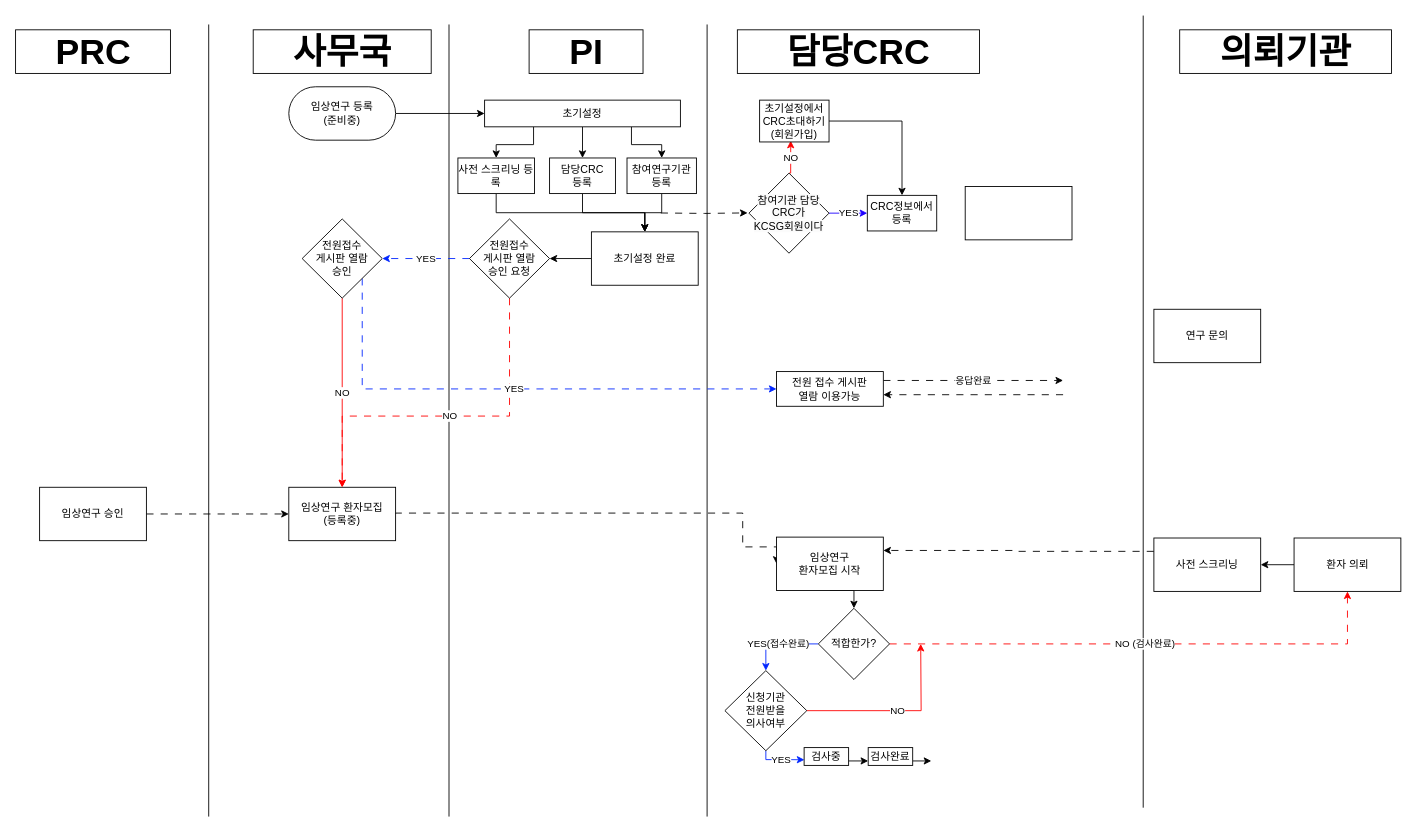
Earlier version of the draw.io diagram page "Process" (1 of 2) of Algo/withSystem.drawio (Mark1237200/Projects). Source tidied: cells renumbered, new cells numbered last; positions are measured from the earlier drawing's top-left corner, leaving out a move shared by most shapes. Both pictures are drawn from the tidied source at 89%, with x=0, y=0 at pixel (39, 15).
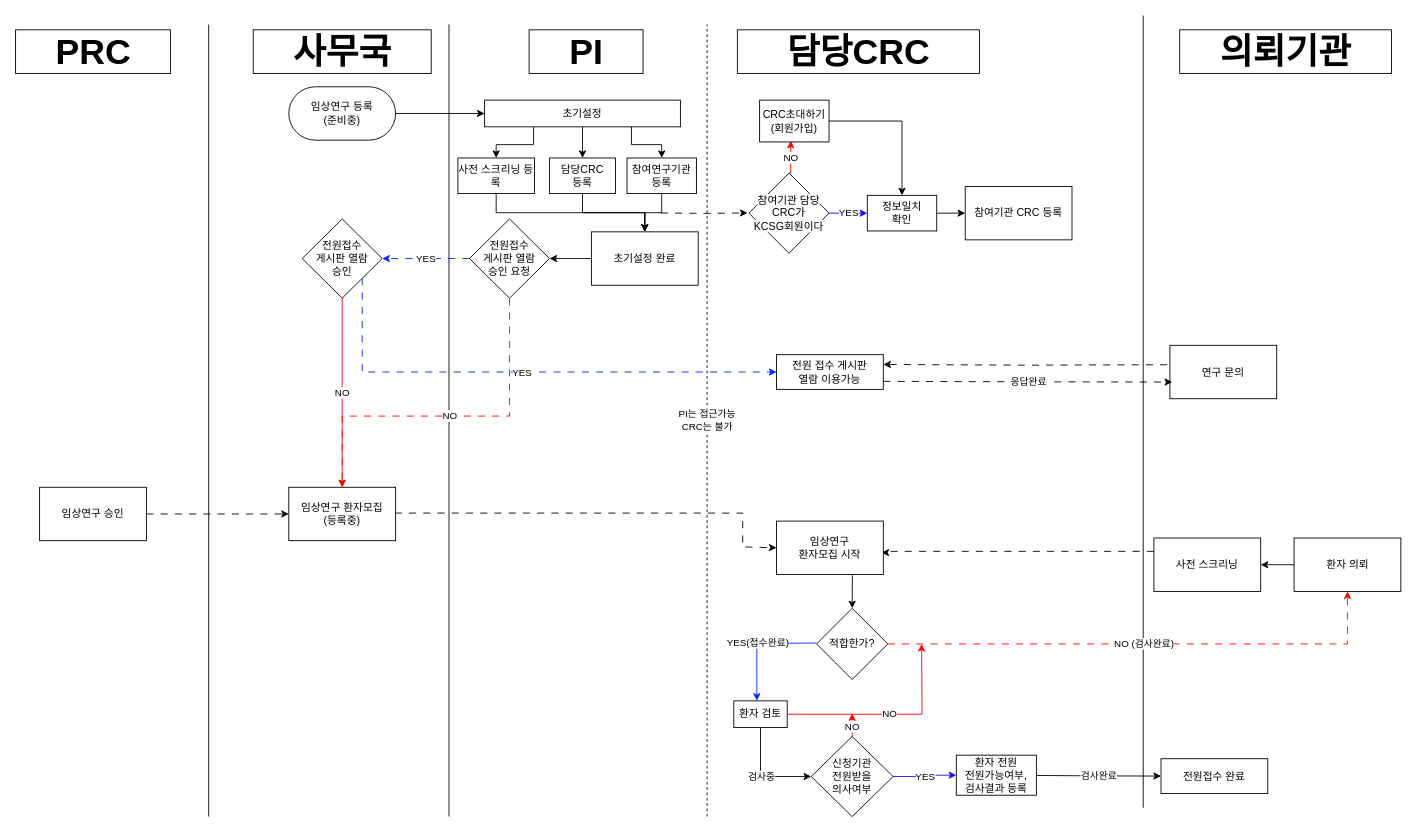
After the change.

The change refers to these unchanged cells:
```xml
<mxCell id="32" value="전원접수&lt;br&gt;게시판 열람&lt;br&gt;승인" style="rhombus;whiteSpace=wrap;html=1;" parent="1" vertex="1">
  <mxGeometry x="295" y="228.5" width="90" height="89" as="geometry" />
</mxCell>
<mxCell id="34" value="사전 스크리닝" style="rounded=0;whiteSpace=wrap;html=1;" parent="1" vertex="1">
  <mxGeometry x="1252" y="587" width="120" height="60" as="geometry" />
</mxCell>
```

Diff of the diagram source:
```diff
@@
-    <mxCell id="3" style="endArrow=none;html=1;rounded=0;" parent="1" edge="1">
+    <mxCell id="3" value="PI는 접근가능&lt;br&gt;CRC는 불가" style="endArrow=none;html=1;rounded=0;dashed=1;" parent="1" edge="1">
       <mxGeometry relative="1" as="geometry">
         <mxPoint x="750" y="900" as="sourcePoint" />
         <mxPoint x="750" y="10" as="targetPoint" />
       </mxGeometry>
     </mxCell>
@@
-    <mxCell id="25" style="edgeStyle=orthogonalEdgeStyle;rounded=0;orthogonalLoop=1;jettySize=auto;html=1;exitX=0;exitY=0.5;exitDx=0;exitDy=0;entryX=1;entryY=0.5;entryDx=0;entryDy=0;dashed=1;dashPattern=8 8;" parent="1" edge="1">
+    <mxCell id="25" style="edgeStyle=orthogonalEdgeStyle;rounded=0;orthogonalLoop=1;jettySize=auto;html=1;exitX=-0.025;exitY=0.647;exitDx=0;exitDy=0;entryX=1;entryY=0.5;entryDx=0;entryDy=0;dashed=1;dashPattern=8 8;exitPerimeter=0;" parent="1" edge="1">
       <mxGeometry relative="1" as="geometry">
-        <mxPoint x="1150" y="426" as="sourcePoint" />
-        <mxPoint x="948" y="426" as="targetPoint" />
+        <mxPoint x="1267" y="392.3" as="sourcePoint" />
+        <mxPoint x="948" y="392" as="targetPoint" />
       </mxGeometry>
     </mxCell>
     <mxCell id="26" value="연구 문의" style="rounded=0;whiteSpace=wrap;html=1;" parent="1" vertex="1">
-      <mxGeometry x="1252" y="330" width="120" height="60" as="geometry" />
+      <mxGeometry x="1270" y="370.5" width="120" height="60" as="geometry" />
     </mxCell>
@@
     <mxCell id="31" value="YES" style="edgeStyle=orthogonalEdgeStyle;rounded=0;jettySize=auto;html=1;exitX=1;exitY=1;exitDx=0;exitDy=0;dashed=1;dashPattern=8 8;entryX=0;entryY=0.5;entryDx=0;entryDy=0;fillColor=#0050ef;strokeColor=#0026ff;" parent="1" edge="1" source="32" target="36">
       <mxGeometry relative="1" as="geometry">
         <Array as="points">
-          <mxPoint x="363" y="420" />
+          <mxPoint x="363" y="400" />
+          <mxPoint x="828" y="400" />
         </Array>
       </mxGeometry>
     </mxCell>
@@
-    <mxCell id="33" style="edgeStyle=orthogonalEdgeStyle;rounded=0;jettySize=auto;html=1;exitX=0;exitY=0.25;exitDx=0;exitDy=0;entryX=1;entryY=0.25;entryDx=0;entryDy=0;dashed=1;dashPattern=8 8;" parent="1" edge="1" source="34" target="39">
-      <mxGeometry relative="1" as="geometry" />
+    <mxCell id="33" style="edgeStyle=orthogonalEdgeStyle;rounded=0;jettySize=auto;html=1;exitX=0;exitY=0.25;exitDx=0;exitDy=0;entryX=0.983;entryY=0.59;entryDx=0;entryDy=0;dashed=1;dashPattern=8 8;entryPerimeter=0;" parent="1" edge="1" source="34" target="39">
+      <mxGeometry relative="1" as="geometry">
+        <Array as="points">
+          <mxPoint x="948" y="602" />
+        </Array>
+      </mxGeometry>
     </mxCell>
@@
-    <mxCell id="35" value="응답완료" style="edgeStyle=orthogonalEdgeStyle;rounded=0;orthogonalLoop=1;jettySize=auto;html=1;exitX=1;exitY=0.75;exitDx=0;exitDy=0;entryX=0;entryY=0.75;entryDx=0;entryDy=0;dashed=1;dashPattern=8 8;" parent="1" edge="1">
+    <mxCell id="35" value="응답완료" style="edgeStyle=orthogonalEdgeStyle;rounded=0;orthogonalLoop=1;jettySize=auto;html=1;exitX=1;exitY=0.75;exitDx=0;exitDy=0;entryX=0.021;entryY=0.388;entryDx=0;entryDy=0;dashed=1;dashPattern=8 8;entryPerimeter=0;" parent="1" edge="1">
       <mxGeometry relative="1" as="geometry">
-        <mxPoint x="948" y="410" as="sourcePoint" />
-        <mxPoint x="1150" y="410" as="targetPoint" />
+        <mxPoint x="948" y="411" as="sourcePoint" />
+        <mxPoint x="1272.5" y="411.8" as="targetPoint" />
       </mxGeometry>
     </mxCell>
     <mxCell id="36" value="전원 접수 게시판&lt;br&gt;열람 이용가능" style="rounded=0;whiteSpace=wrap;html=1;" parent="1" vertex="1">
-      <mxGeometry x="828" y="400" width="120" height="39" as="geometry" />
+      <mxGeometry x="828" y="381" width="120" height="39" as="geometry" />
     </mxCell>
@@
-    <mxCell id="38" style="edgeStyle=orthogonalEdgeStyle;rounded=0;jettySize=auto;html=1;exitX=0.5;exitY=1;exitDx=0;exitDy=0;entryX=0.5;entryY=0;entryDx=0;entryDy=0;" parent="1" edge="1" source="39" target="43">
+    <mxCell id="38" style="edgeStyle=orthogonalEdgeStyle;rounded=0;jettySize=auto;html=1;exitX=0.71;exitY=1.014;exitDx=0;exitDy=0;entryX=0.5;entryY=0;entryDx=0;entryDy=0;exitPerimeter=0;" parent="1" edge="1" source="39" target="43">
       <mxGeometry relative="1" as="geometry" />
     </mxCell>
     <mxCell id="39" value="임상연구&lt;br&gt;환자모집 시작" style="rounded=0;whiteSpace=wrap;html=1;" parent="1" vertex="1">
-      <mxGeometry x="828" y="586" width="120" height="60" as="geometry" />
+      <mxGeometry x="828" y="568" width="120" height="60" as="geometry" />
     </mxCell>
@@
-    <mxCell id="42" value="YES(접수완료)" style="edgeStyle=orthogonalEdgeStyle;rounded=0;jettySize=auto;html=1;exitX=0;exitY=0.5;exitDx=0;exitDy=0;entryX=0.5;entryY=0;entryDx=0;entryDy=0;fillColor=#0050ef;strokeColor=#0026ff;" parent="1" edge="1" source="43" target="46">
-      <mxGeometry relative="1" as="geometry" />
+    <mxCell id="42" value="YES(접수완료)" style="edgeStyle=orthogonalEdgeStyle;rounded=0;jettySize=auto;html=1;exitX=0;exitY=0.5;exitDx=0;exitDy=0;fillColor=#0050ef;strokeColor=#0026ff;entryX=0.431;entryY=-0.005;entryDx=0;entryDy=0;entryPerimeter=0;" parent="1" edge="1" target="50">
+      <mxGeometry relative="1" as="geometry">
+        <mxPoint x="873" y="705" as="sourcePoint" />
+      </mxGeometry>
     </mxCell>
     <mxCell id="43" value="적합한가?" style="rhombus;whiteSpace=wrap;html=1;" parent="1" vertex="1">
-      <mxGeometry x="875" y="666" width="80" height="80" as="geometry" />
+      <mxGeometry x="873" y="666" width="80" height="80" as="geometry" />
     </mxCell>
-    <mxCell id="44" value="NO" style="edgeStyle=orthogonalEdgeStyle;rounded=0;jettySize=auto;html=1;exitX=1;exitY=0.5;exitDx=0;exitDy=0;strokeColor=#ff0000;" parent="1" edge="1" source="46">
+    <mxCell id="44" value="NO" style="edgeStyle=orthogonalEdgeStyle;rounded=0;jettySize=auto;html=1;strokeColor=#ff0000;exitX=1;exitY=0.5;exitDx=0;exitDy=0;" parent="1" edge="1" source="50">
       <mxGeometry relative="1" as="geometry">
-        <mxPoint x="990" y="706" as="targetPoint" />
+        <mxPoint x="991" y="706" as="targetPoint" />
       </mxGeometry>
     </mxCell>
-    <mxCell id="45" value="YES" style="edgeStyle=orthogonalEdgeStyle;rounded=0;jettySize=auto;html=1;exitX=0.5;exitY=1;exitDx=0;exitDy=0;entryX=0.007;entryY=0.685;entryDx=0;entryDy=0;entryPerimeter=0;fillColor=#0050ef;strokeColor=#0026ff;" parent="1" edge="1" source="46" target="50">
+    <mxCell id="45" value="검사중" style="edgeStyle=orthogonalEdgeStyle;rounded=0;jettySize=auto;html=1;exitX=0.5;exitY=1;exitDx=0;exitDy=0;entryX=0;entryY=0.5;entryDx=0;entryDy=0;fillColor=#0050ef;strokeColor=#000000;" parent="1" edge="1" source="50">
       <mxGeometry relative="1" as="geometry">
+        <mxPoint x="867" y="855" as="targetPoint" />
         <Array as="points">
-          <mxPoint x="816" y="836" />
-          <mxPoint x="840" y="836" />
+          <mxPoint x="810" y="855" />
         </Array>
       </mxGeometry>
     </mxCell>
+    <mxCell id="63" value="NO" style="edgeStyle=orthogonalEdgeStyle;rounded=0;orthogonalLoop=1;jettySize=auto;html=1;exitX=0.5;exitY=0;exitDx=0;exitDy=0;strokeColor=#ff0000;" parent="1" edge="1">
+      <mxGeometry relative="1" as="geometry">
+        <mxPoint x="913" y="814" as="sourcePoint" />
+        <mxPoint x="913" y="784" as="targetPoint" />
+      </mxGeometry>
+    </mxCell>
     <mxCell id="46" value="신청기관&lt;br&gt;전원받을&lt;br&gt;의사여부" style="rhombus;whiteSpace=wrap;html=1;" parent="1" vertex="1">
-      <mxGeometry x="770" y="736" width="92" height="90" as="geometry" />
+      <mxGeometry x="867" y="810" width="92" height="90" as="geometry" />
     </mxCell>
-    <mxCell id="47" style="edgeStyle=orthogonalEdgeStyle;rounded=0;jettySize=auto;html=1;exitX=1;exitY=0.75;exitDx=0;exitDy=0;entryX=-0.001;entryY=0.655;entryDx=0;entryDy=0;entryPerimeter=0;" parent="1" edge="1" source="48">
+    <mxCell id="47" value="검사완료" style="edgeStyle=orthogonalEdgeStyle;rounded=0;jettySize=auto;html=1;exitX=1;exitY=0.75;exitDx=0;exitDy=0;entryX=0;entryY=0.5;entryDx=0;entryDy=0;" parent="1" edge="1" target="65">
       <mxGeometry relative="1" as="geometry">
-        <mxPoint x="1001.9" y="837.6" as="targetPoint" />
+        <mxPoint x="1120" y="853.8" as="sourcePoint" />
       </mxGeometry>
     </mxCell>
-    <mxCell id="48" value="검사완료" style="rounded=0;whiteSpace=wrap;html=1;" parent="1" vertex="1">
-      <mxGeometry x="931" y="822.5" width="50" height="20" as="geometry" />
+    <mxCell id="48" value="환자 전원&lt;br&gt;전원가능여부,&lt;br&gt;검사결과 등록" style="rounded=0;whiteSpace=wrap;html=1;" parent="1" vertex="1">
+      <mxGeometry x="1030" y="831" width="90" height="45" as="geometry" />
     </mxCell>
-    <mxCell id="49" style="edgeStyle=orthogonalEdgeStyle;rounded=0;jettySize=auto;html=1;exitX=1;exitY=0.75;exitDx=0;exitDy=0;entryX=0;entryY=0.75;entryDx=0;entryDy=0;" parent="1" edge="1" source="50" target="48">
+    <mxCell id="49" value="YES" style="edgeStyle=orthogonalEdgeStyle;rounded=0;jettySize=auto;html=1;exitX=1;exitY=0.5;exitDx=0;exitDy=0;entryX=0;entryY=0.5;entryDx=0;entryDy=0;strokeColor=#2b00ff;" parent="1" edge="1" source="46" target="48">
       <mxGeometry relative="1" as="geometry" />
     </mxCell>
-    <mxCell id="50" value="검사중" style="rounded=0;whiteSpace=wrap;html=1;" parent="1" vertex="1">
-      <mxGeometry x="859" y="822.5" width="50" height="20" as="geometry" />
+    <mxCell id="50" value="환자 검토" style="rounded=0;whiteSpace=wrap;html=1;" parent="1" vertex="1">
+      <mxGeometry x="780" y="770" width="60" height="30" as="geometry" />
     </mxCell>
@@
+    <mxCell id="64" style="edgeStyle=orthogonalEdgeStyle;rounded=0;jettySize=auto;html=1;exitX=1;exitY=0.5;exitDx=0;exitDy=0;entryX=0;entryY=0.5;entryDx=0;entryDy=0;" parent="1" edge="1" source="59" target="62">
+      <mxGeometry relative="1" as="geometry" />
+    </mxCell>
-    <mxCell id="59" value="CRC정보에서&lt;br&gt;등록" style="rounded=0;whiteSpace=wrap;html=1;" parent="1" vertex="1">
+    <mxCell id="59" value="정보일치&lt;br&gt;확인" style="rounded=0;whiteSpace=wrap;html=1;" parent="1" vertex="1">
       <mxGeometry x="930" y="202" width="78" height="40" as="geometry" />
     </mxCell>
@@
-    <mxCell id="61" value="초기설정에서&lt;br&gt;CRC초대하기&lt;br&gt;(회원가입)" style="rounded=0;whiteSpace=wrap;html=1;" parent="1" vertex="1">
+    <mxCell id="61" value="CRC초대하기&lt;br&gt;(회원가입)" style="rounded=0;whiteSpace=wrap;html=1;" parent="1" vertex="1">
       <mxGeometry x="809" y="95" width="78" height="47" as="geometry" />
     </mxCell>
-    <mxCell id="62" style="rounded=0;whiteSpace=wrap;html=1;" parent="1" vertex="1">
+    <mxCell id="62" value="참여기관 CRC 등록" style="rounded=0;whiteSpace=wrap;html=1;" parent="1" vertex="1">
       <mxGeometry x="1040" y="192" width="120" height="60" as="geometry" />
     </mxCell>
+    <mxCell id="65" value="전원접수 완료" style="rounded=0;whiteSpace=wrap;html=1;" parent="1" vertex="1">
+      <mxGeometry x="1260" y="835" width="120" height="39" as="geometry" />
+    </mxCell>
```
